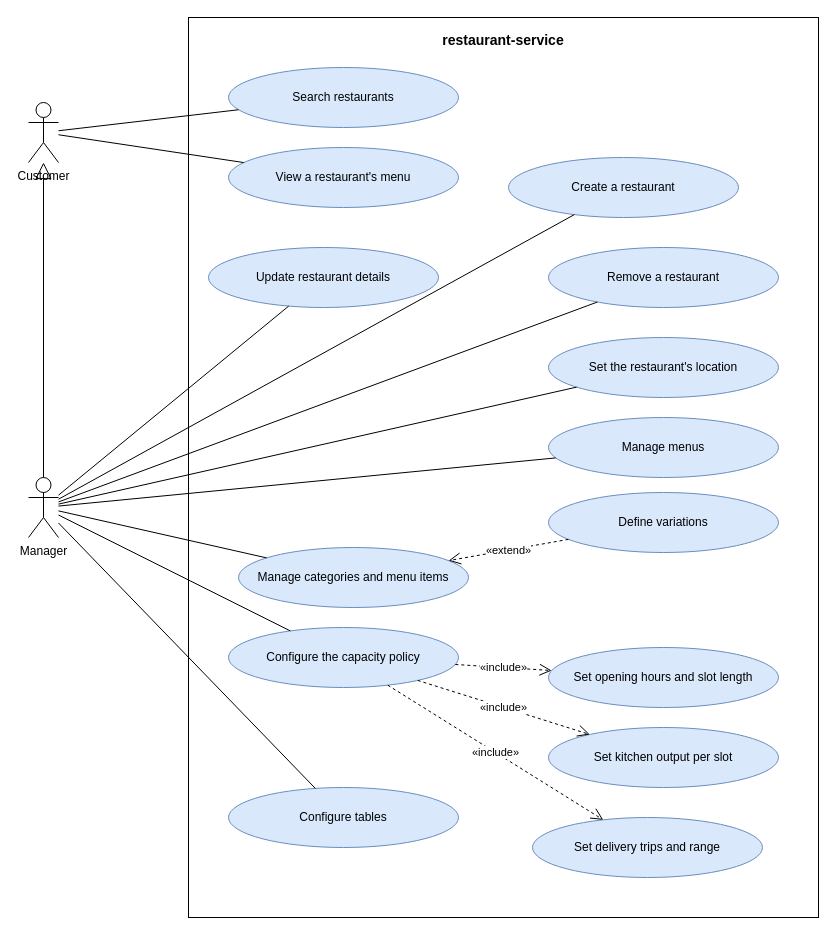
Earlier version of the draw.io diagram docs/reports/saap/01-Domain Driven Design/use-cases/02-restaurant.drawio (Norby99/munchies). Source tidied: cells renumbered, new cells numbered last; positions are measured from the earlier drawing's top-left corner, leaving out a move shared by most shapes. Both pictures are drawn from the tidied source at 100%, with x=0, y=0 at pixel (28, 17).
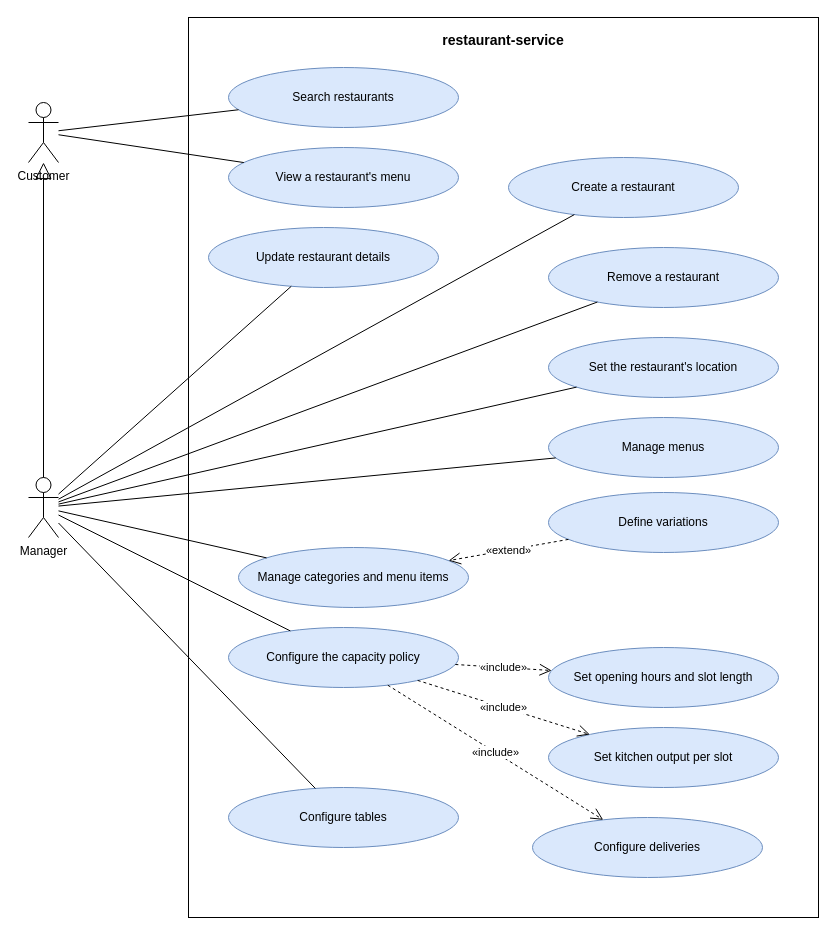
The same diagram, later.

Commit message (it also covers changes not shown here):
docs(saap): cover delivery zones in the requirements and use cases

Diff of the diagram source:
```diff
@@
     <mxCell id="6" value="Update restaurant details" style="ellipse;whiteSpace=wrap;html=1;fillColor=#dae8fc;strokeColor=#6c8ebf;" parent="1" vertex="1">
-      <mxGeometry x="180" y="230" width="230" height="60" as="geometry" />
+      <mxGeometry x="180" y="210" width="230" height="60" as="geometry" />
     </mxCell>
@@
-    <mxCell id="16" value="Set delivery trips and range" style="ellipse;whiteSpace=wrap;html=1;fillColor=#dae8fc;strokeColor=#6c8ebf;" parent="1" vertex="1">
+    <mxCell id="16" value="Configure deliveries" style="ellipse;whiteSpace=wrap;html=1;fillColor=#dae8fc;strokeColor=#6c8ebf;" parent="1" vertex="1">
       <mxGeometry x="504" y="800" width="230" height="60" as="geometry" />
     </mxCell>
```
